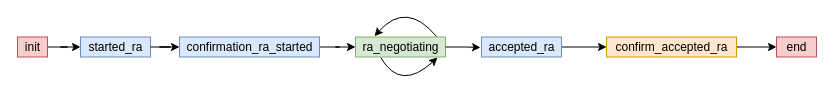
This is chaincode/design/Roaming_Agreement_State_v03.drawio from sfl0r3nz05/NLP-DLT, a draw.io file, before an edit. Source tidied: cells renumbered, new cells numbered last; positions are measured from the earlier drawing's top-left corner, leaving out a move shared by most shapes. Both pictures are drawn from the tidied source at 100%, with x=0, y=0 at pixel (17, 0).
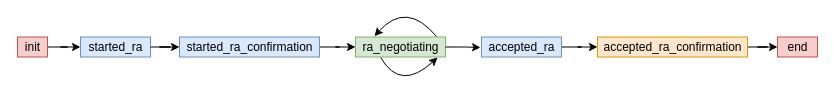
Above is the later version.

The edit, as a diff of the source:
```diff
@@
-    <mxCell id="7" value="confirmation_ra_started" style="text;html=1;align=center;verticalAlign=middle;points=[];strokeColor=#6c8ebf;fillColor=#dae8fc;" parent="1" vertex="1">
+    <mxCell id="7" value="started_ra_confirmation" style="text;html=1;align=center;verticalAlign=middle;points=[];strokeColor=#6c8ebf;fillColor=#dae8fc;" parent="1" vertex="1">
       <mxGeometry x="162" y="36.5" width="140" height="20" as="geometry" />
     </mxCell>
@@
-    <mxCell id="10" value="confirm_accepted_ra" style="text;html=1;align=center;verticalAlign=middle;points=[];strokeColor=#d79b00;fillColor=#ffe6cc;" parent="1" vertex="1">
-      <mxGeometry x="589" y="36.5" width="130" height="20" as="geometry" />
+    <mxCell id="10" value="accepted_ra_confirmation" style="text;html=1;align=center;verticalAlign=middle;points=[];strokeColor=#d79b00;fillColor=#ffe6cc;" parent="1" vertex="1">
+      <mxGeometry x="580" y="36.5" width="150" height="20" as="geometry" />
     </mxCell>
@@
     <mxCell id="15" value="end" style="text;html=1;align=center;verticalAlign=middle;points=[];strokeColor=#b85450;fillColor=#f8cecc;" parent="1" vertex="1">
-      <mxGeometry x="759" y="36.5" width="40" height="20" as="geometry" />
+      <mxGeometry x="760" y="36.5" width="40" height="20" as="geometry" />
     </mxCell>
```
